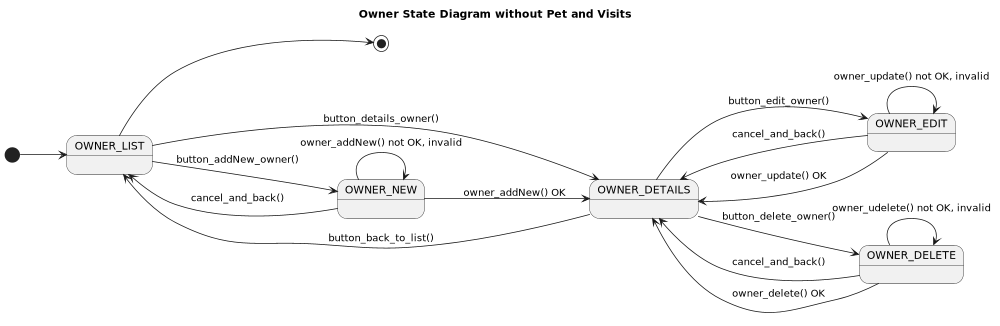
Above: src/main/webapp/img/Owner__UseCases__State__without_details-Owner_Use_Case_State_Diagram_without_Pet_and_Visits.png in Jakarta-EE-Petclinic/petclinic-jakartaee (PlantUML), before the change. Its diagram source:
```plantuml
@startuml

title Owner State Diagram without Pet and Visits


left to right direction

scale 1000 width

[*] --> OWNER_LIST

OWNER_LIST --> OWNER_NEW : button_addNew_owner()

OWNER_NEW --> OWNER_LIST: cancel_and_back()
OWNER_NEW --> OWNER_DETAILS: owner_addNew() OK

OWNER_LIST --> OWNER_DETAILS: button_details_owner()

OWNER_DETAILS --> OWNER_LIST: button_back_to_list()

OWNER_DETAILS --> OWNER_EDIT: button_edit_owner()
OWNER_EDIT --> OWNER_DETAILS: cancel_and_back()

OWNER_DETAILS --> OWNER_DELETE: button_delete_owner()
OWNER_DELETE --> OWNER_DETAILS: cancel_and_back()

OWNER_EDIT --> OWNER_DETAILS: owner_update() OK
OWNER_DELETE --> OWNER_DETAILS: owner_delete() OK

state OWNER_DETAILS {
}

state OWNER_EDIT {
    OWNER_EDIT --> OWNER_EDIT: owner_update() not OK, invalid
}
state OWNER_DELETE {
    OWNER_DELETE --> OWNER_DELETE: owner_udelete() not OK, invalid
}
state OWNER_NEW {
    OWNER_NEW --> OWNER_NEW : owner_addNew() not OK, invalid
}

OWNER_LIST --> [*]


@enduml
```
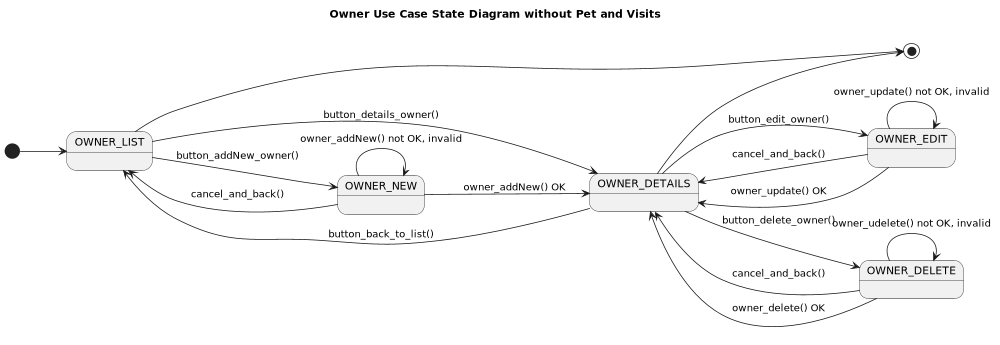
The same diagram one commit later.

The edit, as a diff of the source:
```diff
@@ -1,6 +1,6 @@
 @startuml
 
-title Owner State Diagram without Pet and Visits
+title Owner Use Case State Diagram without Pet and Visits
 
 
 left to right direction
@@ -41,6 +41,6 @@
 }
 
 OWNER_LIST --> [*]
-
+OWNER_DETAILS --> [*]
 
 @enduml
```
